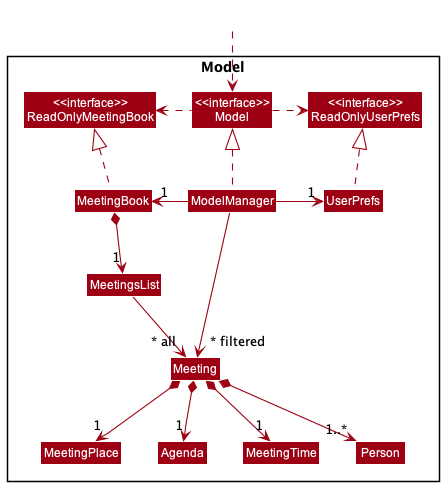
This is docs/images/MeetingModelClassDiagram.png from tonishka/tp, a PlantUML export, as it was before one commit.
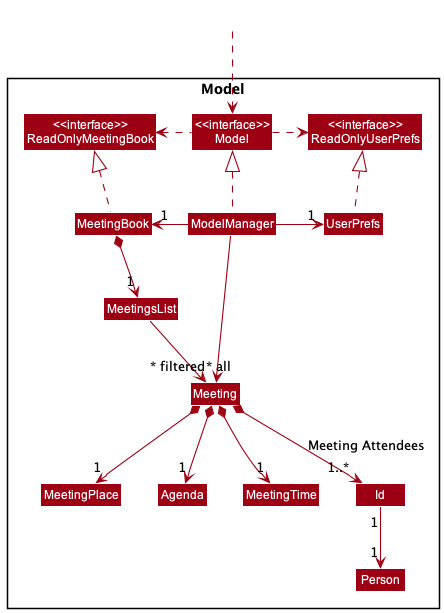
After the commit.

Commit message:
Update Meeting Model Diagram in DG

Diff of the diagram source:
```diff
@@ -17,6 +17,7 @@
 Class MeetingPlace
 Class Agenda
 Class MeetingTime
+Class Id
 Class Person
 }
 
@@ -37,7 +38,9 @@
 Meeting *--> "1" MeetingPlace
 Meeting *--> "1" MeetingTime
 Meeting *--> "1" Agenda
-Meeting *--> "1..*" Person
+Meeting *--> "1..*" Id : Meeting Attendees
+
+Id "1" --> "1" Person
 
 ModelManager -->"~* filtered" Meeting
 @enduml
```
